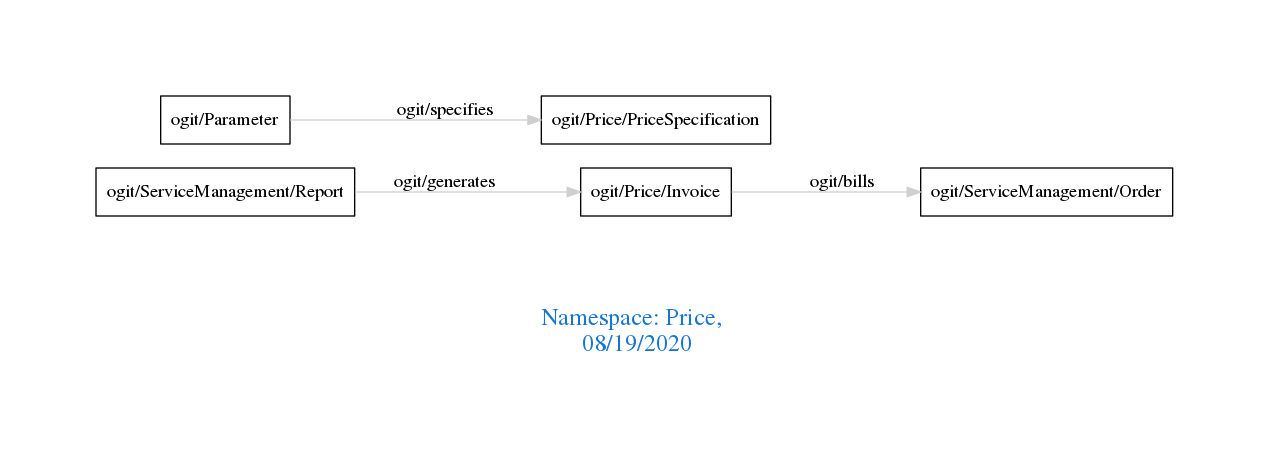
arago/OGIT keeps this Graphviz diagram as downloads/Price.png. Above is the earlier version. Its source is kept beside it as downloads/Price.dot.
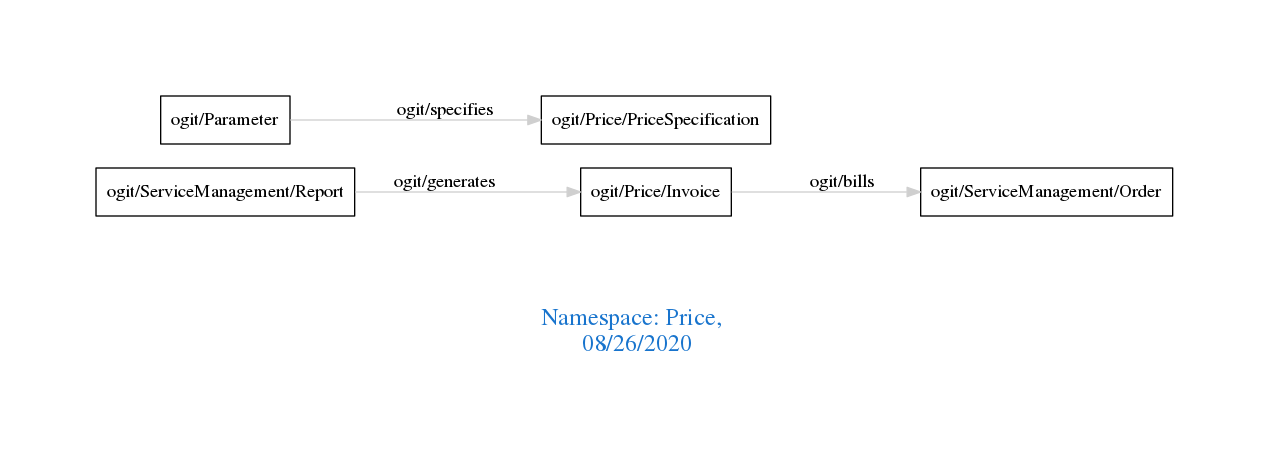
The same diagram one commit later.

Change to the diagram source:
```diff
@@ -1,7 +1,7 @@
 digraph OGIT_ontology {
  graph [ rankdir= LR,pad=1
 fontsize = 18,
-fontcolor= dodgerblue3,label = "\n\n\nNamespace: Price, \n 08/19/2020"];
+fontcolor= dodgerblue3,label = "\n\n\nNamespace: Price, \n 08/26/2020"];
 node[shape=polygon];
 edge [  color="gray81"];
 
```
